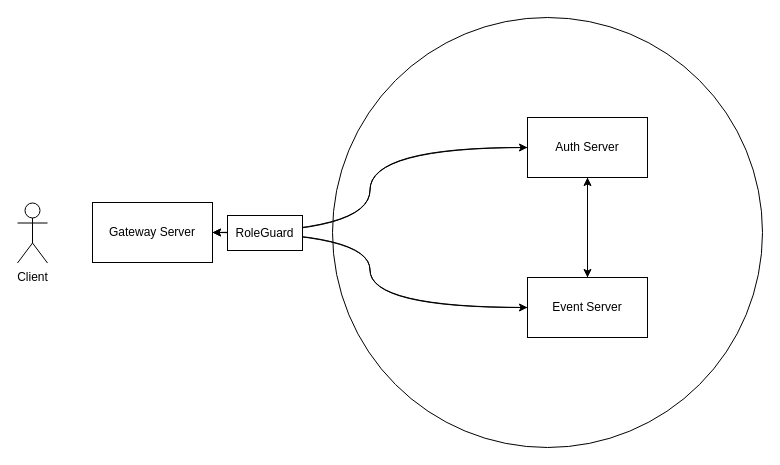
Earlier version of the draw.io diagram page "architecture" (1 of 6) of documents/diagram/diagram.drawio (thursdaycurry/nestjs-msa-eventEngine). Source tidied: cells renumbered, new cells numbered last; positions are measured from the earlier drawing's top-left corner, leaving out a move shared by most shapes. Both pictures are drawn from the tidied source at 100%, with x=0, y=0 at pixel (17, 17).
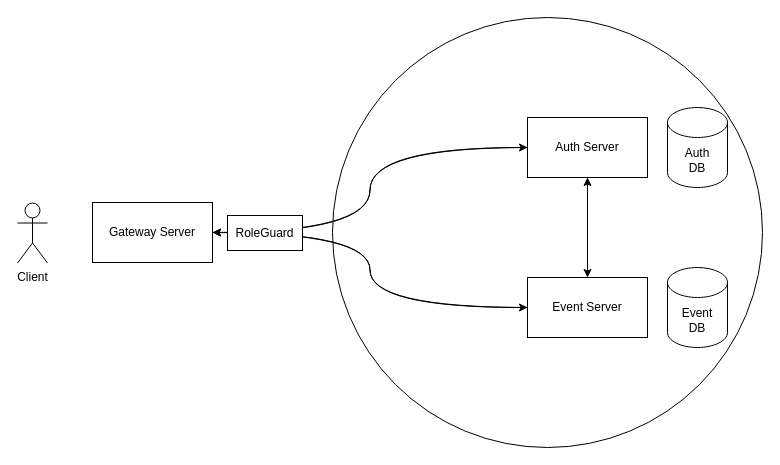
The same page after the edit.

Change to the diagram source:
```diff
@@
 <mxGraphModel>
   <root>
     <mxCell id="0" />
     <mxCell id="1" parent="0" />
     <mxCell id="2" style="ellipse;whiteSpace=wrap;html=1;fillColor=none;" parent="1" vertex="1">
       <mxGeometry x="315" width="430" height="430" as="geometry" />
     </mxCell>
     <mxCell id="3" style="edgeStyle=orthogonalEdgeStyle;curved=1;rounded=0;jettySize=auto;html=1;exitX=0.5;exitY=1;exitDx=0;exitDy=0;" parent="1" edge="1" source="5" target="12">
       <mxGeometry relative="1" as="geometry" />
     </mxCell>
     <mxCell id="4" style="edgeStyle=orthogonalEdgeStyle;curved=1;rounded=0;jettySize=auto;html=1;exitX=0;exitY=0.5;exitDx=0;exitDy=0;entryX=1;entryY=0.5;entryDx=0;entryDy=0;" parent="1" edge="1" source="5" target="9">
       <mxGeometry relative="1" as="geometry" />
     </mxCell>
     <mxCell id="5" value="Auth Server" style="rounded=0;whiteSpace=wrap;html=1;" parent="1" vertex="1">
       <mxGeometry x="510" y="100" width="120" height="60" as="geometry" />
     </mxCell>
     <mxCell id="6" value="Client" style="shape=umlActor;verticalLabelPosition=bottom;verticalAlign=top;html=1;" parent="1" vertex="1">
       <mxGeometry y="185.5" width="30" height="60" as="geometry" />
     </mxCell>
     <mxCell id="7" style="edgeStyle=orthogonalEdgeStyle;rounded=0;jettySize=auto;html=1;entryX=0;entryY=0.5;entryDx=0;entryDy=0;curved=1;" parent="1" edge="1" source="9" target="5">
       <mxGeometry relative="1" as="geometry" />
     </mxCell>
     <mxCell id="8" style="edgeStyle=orthogonalEdgeStyle;curved=1;rounded=0;jettySize=auto;html=1;entryX=0;entryY=0.5;entryDx=0;entryDy=0;" parent="1" edge="1" source="9" target="12">
       <mxGeometry relative="1" as="geometry" />
     </mxCell>
     <mxCell id="9" value="Gateway Server" style="rounded=0;whiteSpace=wrap;html=1;" parent="1" vertex="1">
       <mxGeometry x="75" y="185" width="120" height="60" as="geometry" />
     </mxCell>
     <mxCell id="10" style="edgeStyle=orthogonalEdgeStyle;curved=1;rounded=0;jettySize=auto;html=1;exitX=0.5;exitY=0;exitDx=0;exitDy=0;entryX=0.5;entryY=1;entryDx=0;entryDy=0;" parent="1" edge="1" source="12" target="5">
       <mxGeometry relative="1" as="geometry" />
     </mxCell>
     <mxCell id="11" style="edgeStyle=orthogonalEdgeStyle;curved=1;rounded=0;jettySize=auto;html=1;exitX=0;exitY=0.5;exitDx=0;exitDy=0;entryX=1;entryY=0.5;entryDx=0;entryDy=0;" parent="1" edge="1" source="12" target="9">
       <mxGeometry relative="1" as="geometry" />
     </mxCell>
     <mxCell id="12" value="Event Server" style="rounded=0;whiteSpace=wrap;html=1;" parent="1" vertex="1">
       <mxGeometry x="510" y="260" width="120" height="60" as="geometry" />
     </mxCell>
     <mxCell id="13" value="RoleGuard" style="rounded=0;whiteSpace=wrap;html=1;" parent="1" vertex="1">
       <mxGeometry x="210" y="198" width="75" height="35" as="geometry" />
     </mxCell>
+    <mxCell id="14" value="Auth&lt;div&gt;DB&lt;/div&gt;" style="shape=cylinder3;whiteSpace=wrap;html=1;boundedLbl=1;backgroundOutline=1;size=15;" parent="1" vertex="1">
+      <mxGeometry x="650" y="90" width="60" height="80" as="geometry" />
+    </mxCell>
+    <mxCell id="15" value="Event&lt;div&gt;DB&lt;/div&gt;" style="shape=cylinder3;whiteSpace=wrap;html=1;boundedLbl=1;backgroundOutline=1;size=15;" parent="1" vertex="1">
+      <mxGeometry x="650" y="250" width="60" height="80" as="geometry" />
+    </mxCell>
   </root>
 </mxGraphModel>
```
